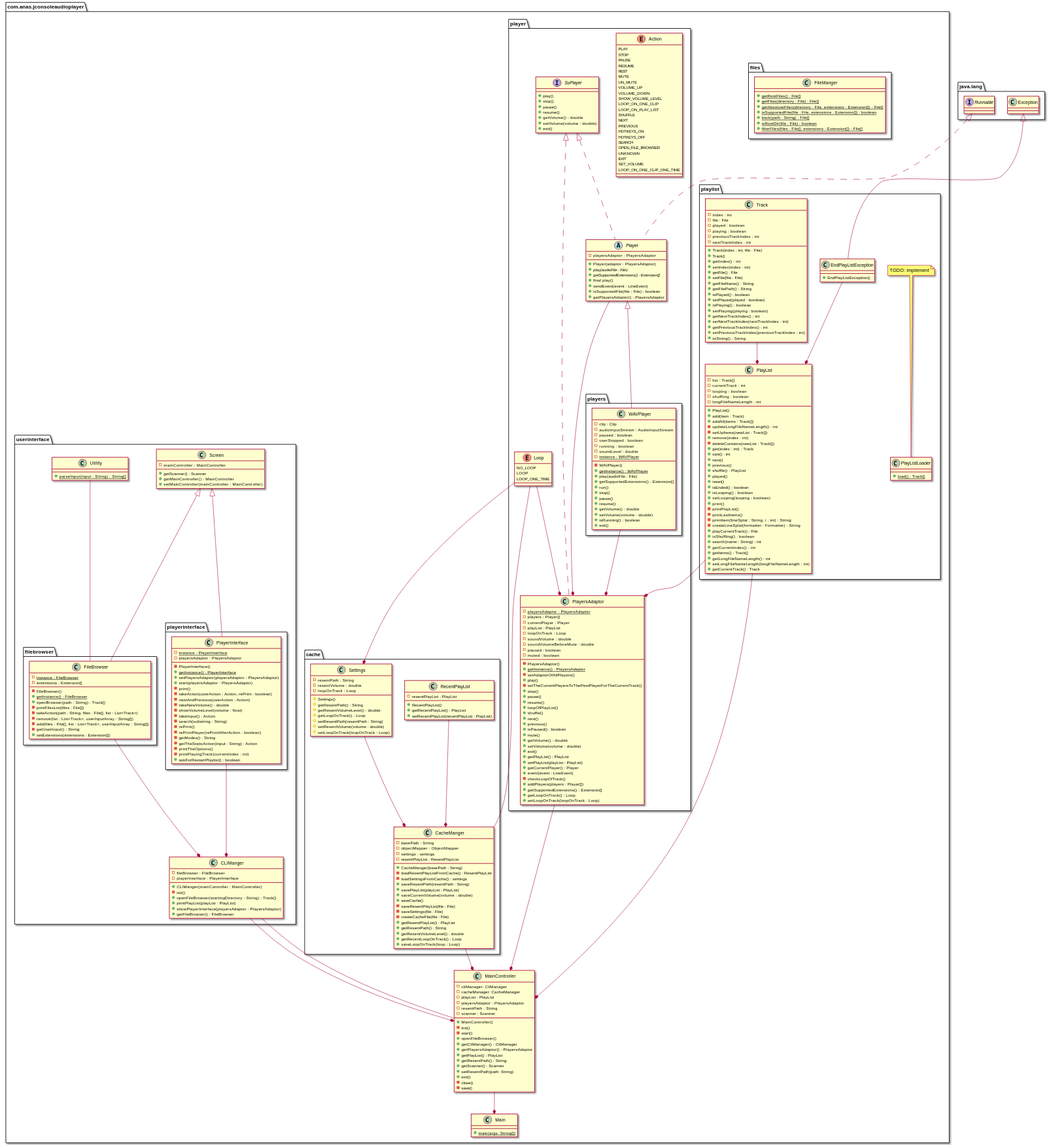
Before: uml/class hierarchy.svg, a diagram exported from PlantUML (anas-stuff/jap).
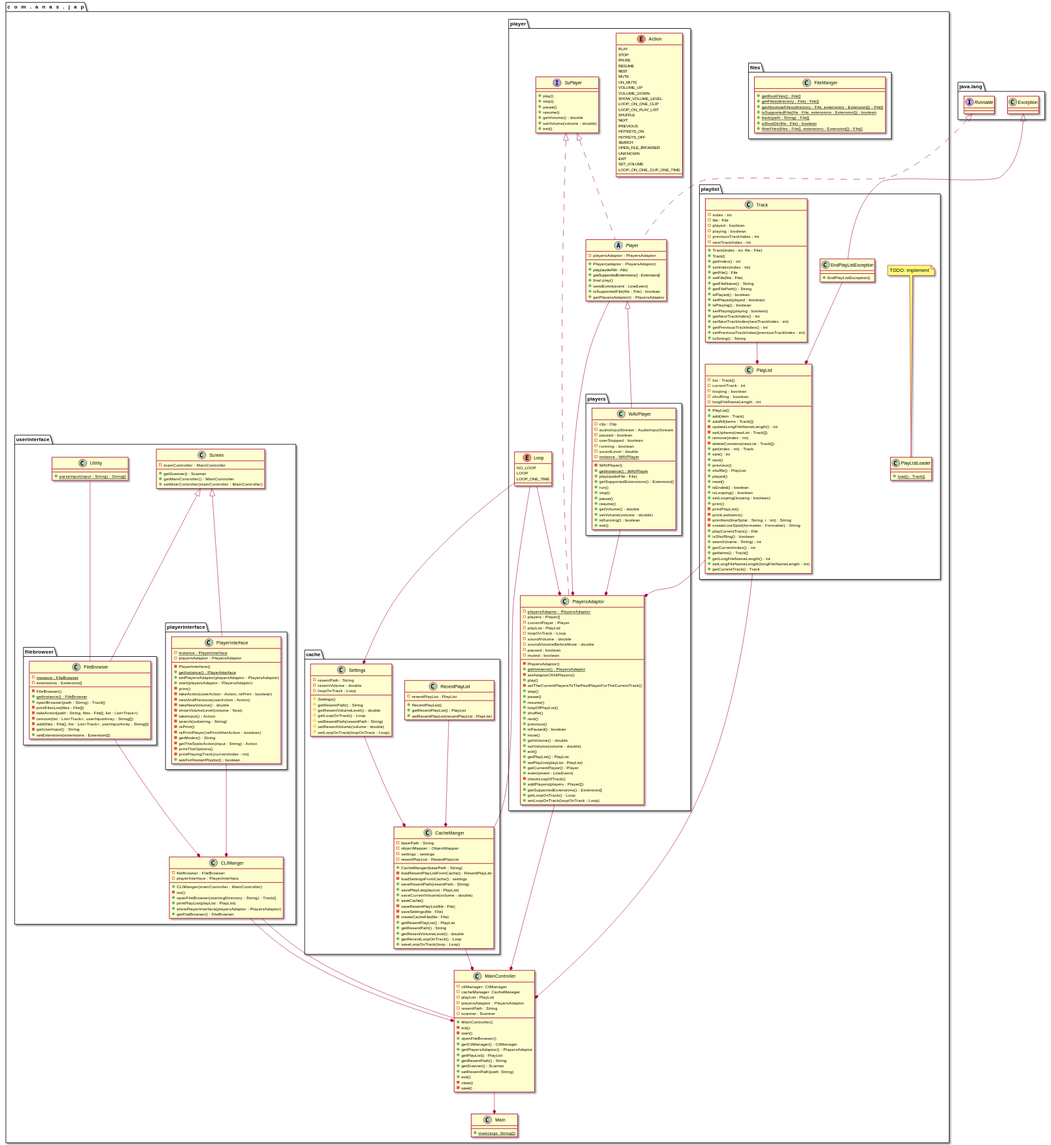
Later version of the same file.

Diff of the diagram source:
```diff
@@ -1,6 +1,6 @@
 @startuml
 
-package "com.anas.jconsoleaudioplayer" {
+package "com.anas.jap" {
      class MainController {
         - cliManager: CliManager
         - cacheManager: CacheManager
```
